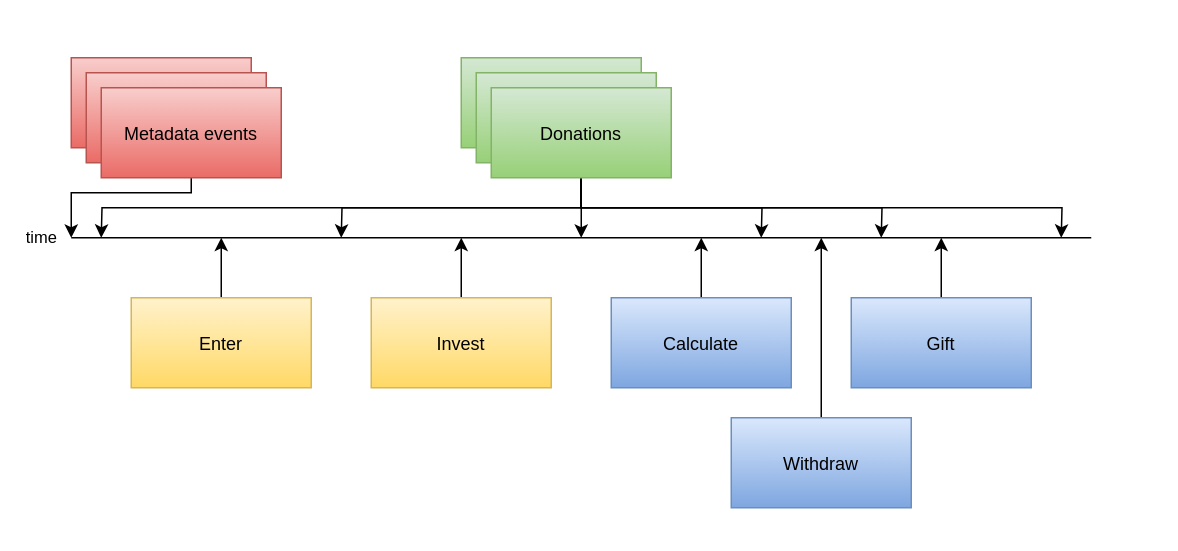
Before: doc/arch/process-events.drawio in joost-morsink/FF-admin-module, a draw.io diagram. Source tidied: cells renumbered, new cells numbered last; positions are measured from the earlier drawing's top-left corner, leaving out a move shared by most shapes. Both pictures are drawn from the tidied source at 150%, with x=0, y=0 at pixel (70, 57).
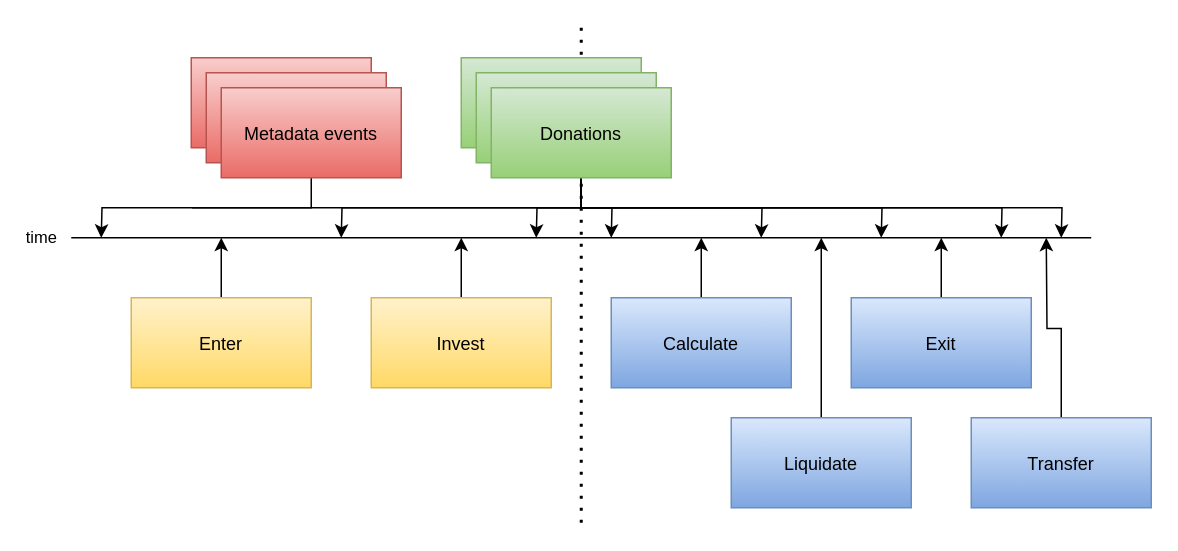
Above is the later version.

Unchanged cells that the change refers to:
```xml
<mxCell id="11" value="Donations" style="rounded=0;gradientColor=#97d077;fillColor=#d5e8d4;strokeColor=#82b366;" parent="1" vertex="1">
  <mxGeometry x="280" y="20" width="120" height="60" as="geometry" />
</mxCell>
```

What changed in the source:
```diff
@@
+    <mxCell id="26" style="endArrow=none;dashed=1;html=1;dashPattern=1 3;strokeWidth=2;" parent="1" edge="1">
+      <mxGeometry relative="1" as="geometry">
+        <mxPoint x="340" y="310" as="sourcePoint" />
+        <mxPoint x="340" y="-20" as="targetPoint" />
+      </mxGeometry>
+    </mxCell>
@@
     <mxCell id="7" style="edgeStyle=orthogonalEdgeStyle;rounded=0;jettySize=auto;html=1;exitX=0.5;exitY=1;exitDx=0;exitDy=0;" parent="1" edge="1" source="11">
       <mxGeometry relative="1" as="geometry">
-        <mxPoint x="340" y="120" as="targetPoint" />
+        <mxPoint x="310" y="120" as="targetPoint" />
       </mxGeometry>
     </mxCell>
@@
+    <mxCell id="27" style="edgeStyle=orthogonalEdgeStyle;rounded=0;jettySize=auto;html=1;exitX=0.5;exitY=1;exitDx=0;exitDy=0;endArrow=classic;endFill=1;" parent="1" edge="1" source="11">
+      <mxGeometry relative="1" as="geometry">
+        <mxPoint x="620" y="120" as="targetPoint" />
+      </mxGeometry>
+    </mxCell>
+    <mxCell id="28" style="edgeStyle=orthogonalEdgeStyle;rounded=0;jettySize=auto;html=1;exitX=0.5;exitY=1;exitDx=0;exitDy=0;" parent="1" edge="1" source="11">
+      <mxGeometry relative="1" as="geometry">
+        <mxPoint x="360" y="120" as="targetPoint" />
+      </mxGeometry>
+    </mxCell>
@@
-    <mxCell id="19" value="Gift" style="rounded=0;gradientColor=#7ea6e0;fillColor=#dae8fc;strokeColor=#6c8ebf;" parent="1" vertex="1">
+    <mxCell id="19" value="Exit" style="rounded=0;gradientColor=#7ea6e0;fillColor=#dae8fc;strokeColor=#6c8ebf;" parent="1" vertex="1">
       <mxGeometry x="520" y="160" width="120" height="60" as="geometry" />
     </mxCell>
@@
-    <mxCell id="21" value="Withdraw" style="rounded=0;gradientColor=#7ea6e0;fillColor=#dae8fc;strokeColor=#6c8ebf;" parent="1" vertex="1">
+    <mxCell id="21" value="Liquidate" style="rounded=0;gradientColor=#7ea6e0;fillColor=#dae8fc;strokeColor=#6c8ebf;" parent="1" vertex="1">
       <mxGeometry x="440" y="240" width="120" height="60" as="geometry" />
     </mxCell>
     <mxCell id="22" style="rounded=0;gradientColor=#ea6b66;fillColor=#f8cecc;strokeColor=#b85450;" parent="1" vertex="1">
-      <mxGeometry width="120" height="60" as="geometry" />
+      <mxGeometry x="80" width="120" height="60" as="geometry" />
     </mxCell>
     <mxCell id="23" style="rounded=0;gradientColor=#ea6b66;fillColor=#f8cecc;strokeColor=#b85450;" parent="1" vertex="1">
-      <mxGeometry x="10" y="10" width="120" height="60" as="geometry" />
+      <mxGeometry x="90" y="10" width="120" height="60" as="geometry" />
     </mxCell>
-    <mxCell id="24" style="edgeStyle=orthogonalEdgeStyle;rounded=0;jettySize=auto;html=1;exitX=0.5;exitY=1;exitDx=0;exitDy=0;" parent="1" edge="1" source="25">
+    <mxCell id="24" style="edgeStyle=orthogonalEdgeStyle;rounded=0;jettySize=auto;html=1;exitX=0.5;exitY=1;exitDx=0;exitDy=0;endArrow=none;endFill=0;" parent="1" edge="1" source="25">
       <mxGeometry relative="1" as="geometry">
-        <mxPoint y="120" as="targetPoint" />
-        <Array as="points">
-          <mxPoint x="80" y="90" />
-          <mxPoint y="90" />
-        </Array>
+        <mxPoint x="80" y="100" as="targetPoint" />
       </mxGeometry>
     </mxCell>
     <mxCell id="25" value="Metadata events" style="rounded=0;gradientColor=#ea6b66;fillColor=#f8cecc;strokeColor=#b85450;" parent="1" vertex="1">
-      <mxGeometry x="20" y="20" width="120" height="60" as="geometry" />
+      <mxGeometry x="100" y="20" width="120" height="60" as="geometry" />
     </mxCell>
+    <mxCell id="29" style="edgeStyle=orthogonalEdgeStyle;rounded=0;jettySize=auto;html=1;exitX=0.5;exitY=0;exitDx=0;exitDy=0;endArrow=classic;endFill=1;" parent="1" edge="1" source="30">
+      <mxGeometry relative="1" as="geometry">
+        <mxPoint x="650" y="120" as="targetPoint" />
+      </mxGeometry>
+    </mxCell>
+    <mxCell id="30" value="Transfer" style="rounded=0;gradientColor=#7ea6e0;fillColor=#dae8fc;strokeColor=#6c8ebf;" parent="1" vertex="1">
+      <mxGeometry x="600" y="240" width="120" height="60" as="geometry" />
+    </mxCell>
```
